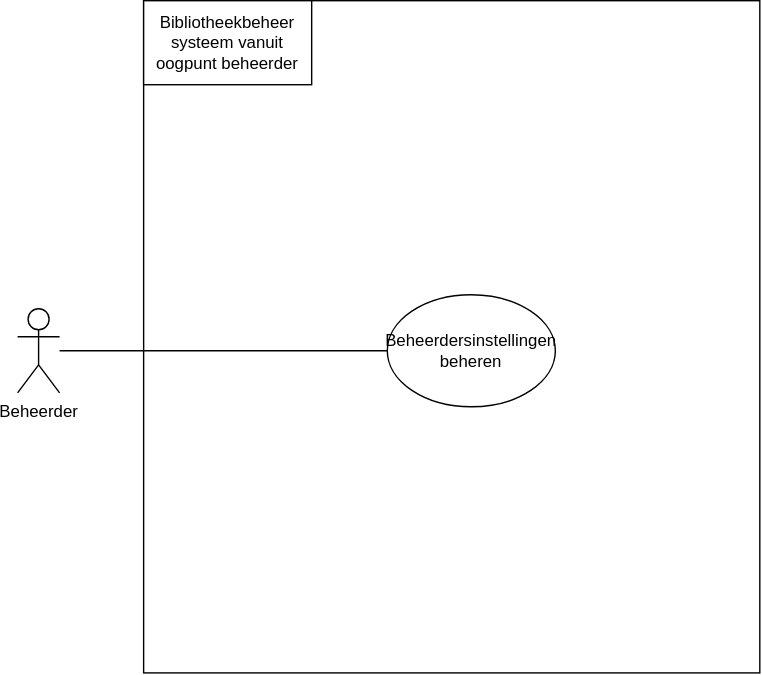
Before: documents/usecases/diagrams/beheerder-usecase-diagram.drawio.svg, a diagram exported from draw.io (pieter-groenendijk/oose-library-management-system). Source tidied: cells renumbered, new cells last; positions are measured from the earlier drawing's top-left corner, leaving out a move shared by most shapes.
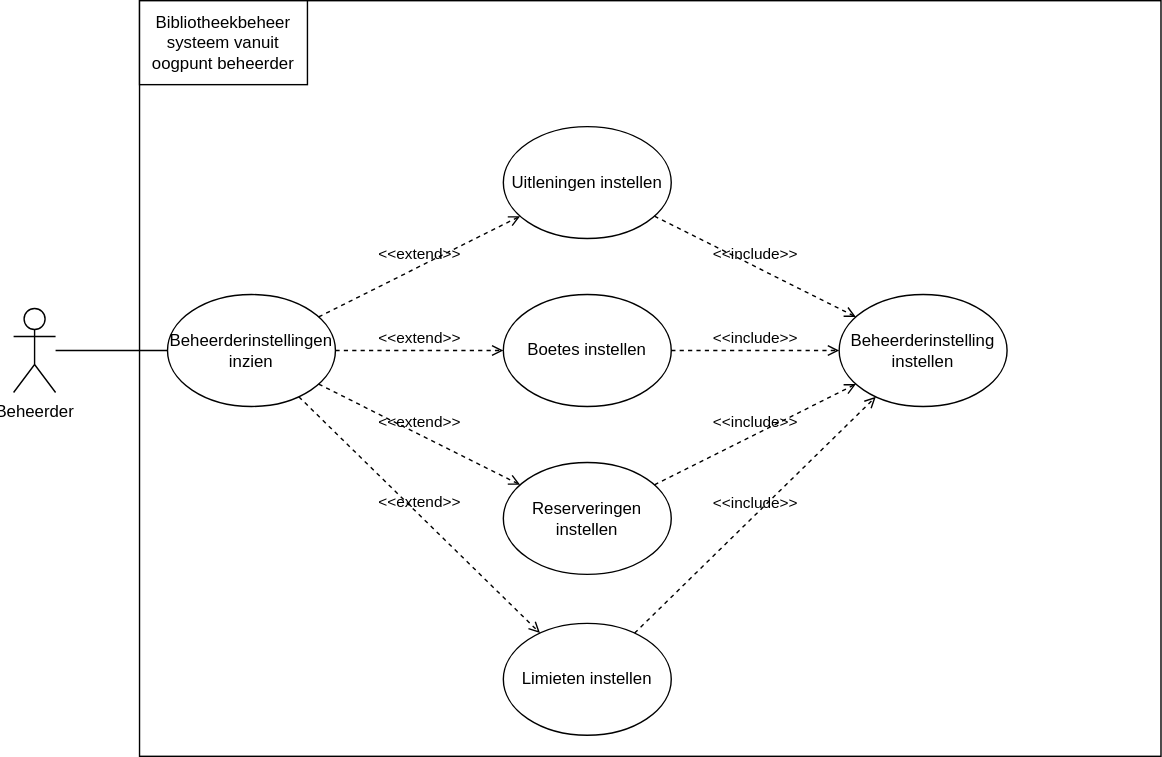
The same file after the commit.

Commit message:
Improved beheerder usecase diagram, in accordance with 'feedback 17-oct-2024'

What changed in the source:
```diff
@@ -3,7 +3,7 @@
     <mxCell id="0" />
     <mxCell id="1" parent="0" />
     <mxCell id="2" style="rounded=0;whiteSpace=wrap;html=1;" parent="1" vertex="1">
-      <mxGeometry x="90" width="440" height="480" as="geometry" />
+      <mxGeometry x="90" width="730" height="540" as="geometry" />
     </mxCell>
     <mxCell id="3" value="Beheerder" style="shape=umlActor;verticalLabelPosition=bottom;verticalAlign=top;html=1;outlineConnect=0;" parent="1" vertex="1">
       <mxGeometry y="220" width="30" height="60" as="geometry" />
@@ -11,11 +11,50 @@
     <mxCell id="4" value="Bibliotheekbeheer systeem vanuit oogpunt beheerder" style="rounded=0;whiteSpace=wrap;html=1;" parent="1" vertex="1">
       <mxGeometry x="90" width="120" height="60" as="geometry" />
     </mxCell>
-    <mxCell id="5" value="Beheerdersinstellingen beheren" style="ellipse;whiteSpace=wrap;html=1;" parent="1" vertex="1">
-      <mxGeometry x="264" y="210" width="120" height="80" as="geometry" />
-    </mxCell>
-    <mxCell id="6" style="endArrow=none;html=1;rounded=0;" parent="1" edge="1" source="3" target="5">
+    <mxCell id="6" style="endArrow=none;html=1;rounded=0;" parent="1" edge="1" source="3" target="8">
       <mxGeometry relative="1" as="geometry" />
     </mxCell>
+    <mxCell id="7" value="Uitleningen instellen" style="ellipse;whiteSpace=wrap;html=1;" parent="1" vertex="1">
+      <mxGeometry x="350" y="90" width="120" height="80" as="geometry" />
+    </mxCell>
+    <mxCell id="8" value="&lt;div&gt;Beheerderinstellingen&lt;/div&gt;&lt;div&gt;inzien&lt;br&gt;&lt;/div&gt;" style="ellipse;whiteSpace=wrap;html=1;" parent="1" vertex="1">
+      <mxGeometry x="110" y="210" width="120" height="80" as="geometry" />
+    </mxCell>
+    <mxCell id="9" value="Boetes instellen" style="ellipse;whiteSpace=wrap;html=1;" parent="1" vertex="1">
+      <mxGeometry x="350" y="210" width="120" height="80" as="geometry" />
+    </mxCell>
+    <mxCell id="10" value="Reserveringen instellen" style="ellipse;whiteSpace=wrap;html=1;" parent="1" vertex="1">
+      <mxGeometry x="350" y="330" width="120" height="80" as="geometry" />
+    </mxCell>
+    <mxCell id="11" value="Limieten instellen" style="ellipse;whiteSpace=wrap;html=1;" parent="1" vertex="1">
+      <mxGeometry x="350" y="445" width="120" height="80" as="geometry" />
+    </mxCell>
+    <mxCell id="12" value="&amp;lt;&amp;lt;extend&amp;gt;&amp;gt;" style="html=1;verticalAlign=bottom;labelBackgroundColor=none;endArrow=open;endFill=0;dashed=1;rounded=0;" parent="1" edge="1" source="8" target="7">
+      <mxGeometry relative="1" as="geometry" />
+    </mxCell>
+    <mxCell id="13" value="&amp;lt;&amp;lt;extend&amp;gt;&amp;gt;" style="html=1;verticalAlign=bottom;labelBackgroundColor=none;endArrow=open;endFill=0;dashed=1;rounded=0;" parent="1" edge="1" source="8" target="9">
+      <mxGeometry relative="1" as="geometry" />
+    </mxCell>
+    <mxCell id="14" value="&amp;lt;&amp;lt;extend&amp;gt;&amp;gt;" style="html=1;verticalAlign=bottom;labelBackgroundColor=none;endArrow=open;endFill=0;dashed=1;rounded=0;" parent="1" edge="1" source="8" target="10">
+      <mxGeometry relative="1" as="geometry" />
+    </mxCell>
+    <mxCell id="15" value="&amp;lt;&amp;lt;extend&amp;gt;&amp;gt;" style="html=1;verticalAlign=bottom;labelBackgroundColor=none;endArrow=open;endFill=0;dashed=1;rounded=0;" parent="1" edge="1" source="8" target="11">
+      <mxGeometry relative="1" as="geometry" />
+    </mxCell>
+    <mxCell id="16" value="Beheerderinstelling instellen" style="ellipse;whiteSpace=wrap;html=1;" parent="1" vertex="1">
+      <mxGeometry x="590" y="210" width="120" height="80" as="geometry" />
+    </mxCell>
+    <mxCell id="17" value="&amp;lt;&amp;lt;include&amp;gt;&amp;gt;" style="html=1;verticalAlign=bottom;labelBackgroundColor=none;endArrow=open;endFill=0;dashed=1;rounded=0;" parent="1" edge="1" source="11" target="16">
+      <mxGeometry relative="1" as="geometry" />
+    </mxCell>
+    <mxCell id="18" value="&amp;lt;&amp;lt;include&amp;gt;&amp;gt;" style="html=1;verticalAlign=bottom;labelBackgroundColor=none;endArrow=open;endFill=0;dashed=1;rounded=0;" parent="1" edge="1" source="10" target="16">
+      <mxGeometry relative="1" as="geometry" />
+    </mxCell>
+    <mxCell id="19" value="&amp;lt;&amp;lt;include&amp;gt;&amp;gt;" style="html=1;verticalAlign=bottom;labelBackgroundColor=none;endArrow=open;endFill=0;dashed=1;rounded=0;" parent="1" edge="1" source="9" target="16">
+      <mxGeometry relative="1" as="geometry" />
+    </mxCell>
+    <mxCell id="20" value="&amp;lt;&amp;lt;include&amp;gt;&amp;gt;" style="html=1;verticalAlign=bottom;labelBackgroundColor=none;endArrow=open;endFill=0;dashed=1;rounded=0;" parent="1" edge="1" source="7" target="16">
+      <mxGeometry relative="1" as="geometry" />
+    </mxCell>
   </root>
 </mxGraphModel>
```
